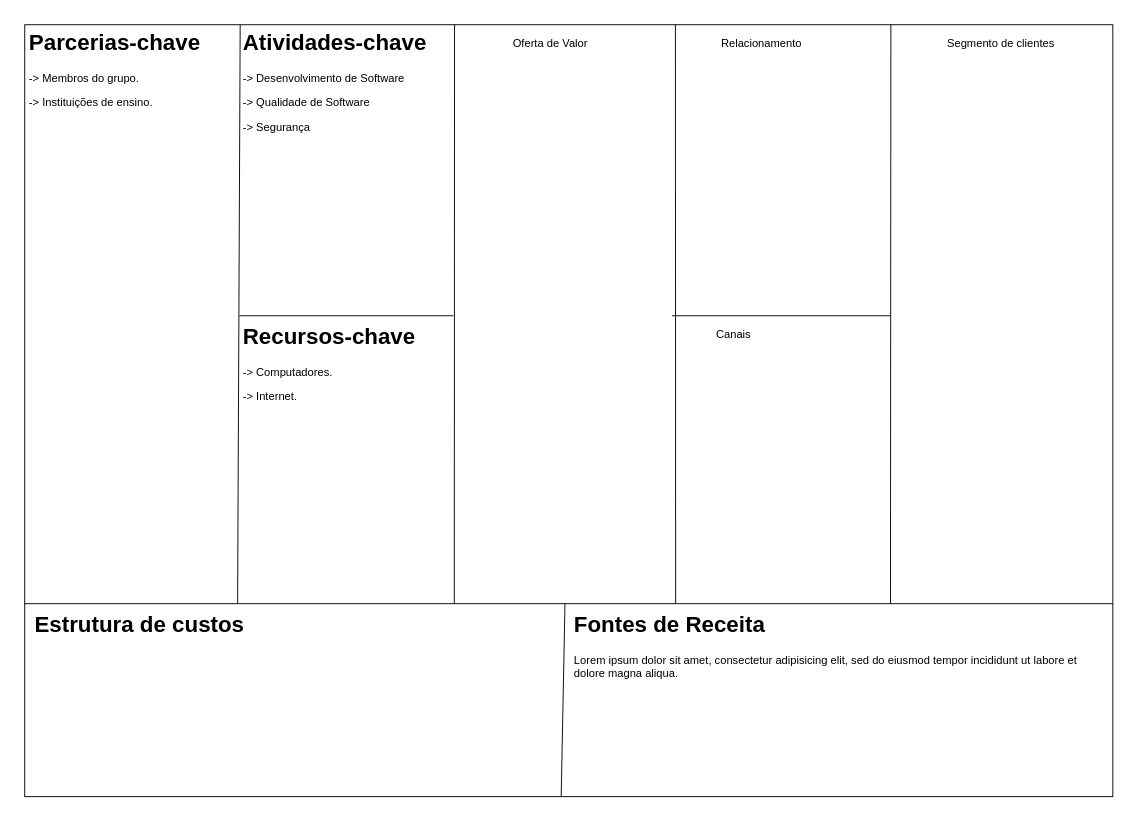
This is 2020-02/Untitled Diagram.drawio from GabrielEngSist/UNA, a draw.io file, before an edit. Source tidied: cells renumbered, new cells numbered last; positions are measured from the earlier drawing's top-left corner, leaving out a move shared by most shapes. Both pictures are drawn from the tidied source at 93%, with x=0, y=0 at pixel (16, 18).
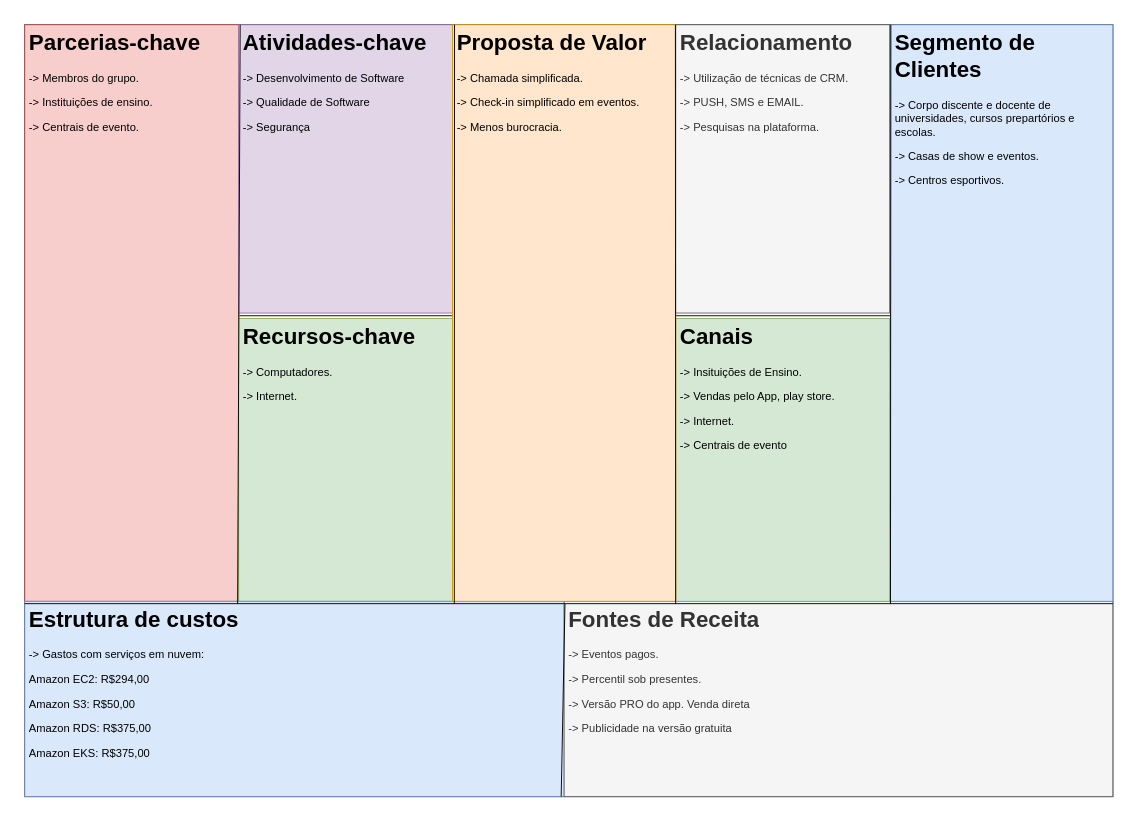
The same diagram, later.

Unchanged cells that the change refers to:
```xml
<mxCell id="2" style="group;spacing=0;strokeColor=none;" parent="1" vertex="1">
  <mxGeometry width="1180" height="840" as="geometry" />
</mxCell>
<mxCell id="3" style="rounded=0;whiteSpace=wrap;html=1;" parent="2" vertex="1">
  <mxGeometry x="9.1" y="7.1" width="1170" height="830" as="geometry" />
</mxCell>
```

Change to the diagram source:
```diff
@@
-    <mxCell id="4" value="&lt;h1&gt;Parcerias-chave&lt;/h1&gt;&lt;p&gt;-&amp;gt; Membros do grupo.&lt;/p&gt;&lt;p&gt;-&amp;gt; Instituições de ensino.&lt;/p&gt;&lt;p&gt;&lt;br&gt;&lt;/p&gt;" style="text;html=1;strokeColor=none;fillColor=none;spacing=5;spacingTop=-20;whiteSpace=wrap;overflow=hidden;rounded=0;" parent="3" vertex="1">
+    <mxCell id="4" value="&lt;h1&gt;Parcerias-chave&lt;/h1&gt;&lt;p&gt;-&amp;gt; Membros do grupo.&lt;/p&gt;&lt;p&gt;-&amp;gt; Instituições de ensino.&lt;/p&gt;&lt;p&gt;-&amp;gt; Centrais de evento.&lt;/p&gt;" style="text;html=1;strokeColor=#b85450;fillColor=#f8cecc;spacing=5;spacingTop=-20;whiteSpace=wrap;overflow=hidden;rounded=0;" parent="3" vertex="1">
       <mxGeometry width="230" height="620" as="geometry" />
     </mxCell>
@@
-    <mxCell id="7" value="&lt;h1&gt;Atividades-chave&lt;/h1&gt;&lt;p&gt;-&amp;gt; Desenvolvimento de Software&lt;/p&gt;&lt;p&gt;-&amp;gt; Qualidade de Software&lt;/p&gt;&lt;p&gt;-&amp;gt; Segurança&lt;/p&gt;" style="text;html=1;strokeColor=none;fillColor=none;spacing=5;spacingTop=-20;whiteSpace=wrap;overflow=hidden;rounded=0;" parent="3" vertex="1">
+    <mxCell id="7" value="&lt;h1&gt;Atividades-chave&lt;/h1&gt;&lt;p&gt;-&amp;gt; Desenvolvimento de Software&lt;/p&gt;&lt;p&gt;-&amp;gt; Qualidade de Software&lt;/p&gt;&lt;p&gt;-&amp;gt; Segurança&lt;/p&gt;" style="text;html=1;strokeColor=#9673a6;fillColor=#e1d5e7;spacing=5;spacingTop=-20;whiteSpace=wrap;overflow=hidden;rounded=0;" parent="3" vertex="1">
       <mxGeometry x="230" width="230" height="310" as="geometry" />
     </mxCell>
-    <mxCell id="8" value="&lt;h1&gt;Recursos-chave&lt;/h1&gt;&lt;p&gt;-&amp;gt; Computadores.&lt;/p&gt;&lt;p&gt;-&amp;gt; Internet.&lt;/p&gt;" style="text;html=1;strokeColor=none;fillColor=none;spacing=5;spacingTop=-20;whiteSpace=wrap;overflow=hidden;rounded=0;" parent="3" vertex="1">
+    <mxCell id="8" value="&lt;h1&gt;Recursos-chave&lt;/h1&gt;&lt;p&gt;-&amp;gt; Computadores.&lt;/p&gt;&lt;p&gt;-&amp;gt; Internet.&lt;/p&gt;" style="text;html=1;strokeColor=#82b366;fillColor=#d5e8d4;spacing=5;spacingTop=-20;whiteSpace=wrap;overflow=hidden;rounded=0;" parent="3" vertex="1">
       <mxGeometry x="230" y="315.9" width="230" height="304.1" as="geometry" />
     </mxCell>
-    <mxCell id="9" value="&lt;h1&gt;Estrutura de custos&lt;/h1&gt;&lt;p&gt;&lt;br&gt;&lt;/p&gt;" style="text;html=1;strokeColor=none;fillColor=none;spacing=5;spacingTop=-20;whiteSpace=wrap;overflow=hidden;rounded=0;" parent="3" vertex="1">
-      <mxGeometry x="5.9" y="625.9" width="574.1" height="204.1" as="geometry" />
+    <mxCell id="9" value="&lt;h1&gt;Estrutura de custos&lt;/h1&gt;&lt;p&gt;-&amp;gt; Gastos com serviços em nuvem:&lt;/p&gt;&lt;p&gt;Amazon EC2: R$294,00&lt;/p&gt;&lt;p&gt;Amazon S3: R$50,00&lt;/p&gt;&lt;p&gt;Amazon RDS: R$375,00&lt;/p&gt;&lt;p&gt;Amazon EKS: R$375,00&lt;/p&gt;" style="text;html=1;strokeColor=#6c8ebf;fillColor=#dae8fc;spacing=5;spacingTop=-20;whiteSpace=wrap;overflow=hidden;rounded=0;" parent="3" vertex="1">
+      <mxGeometry y="620" width="580" height="210" as="geometry" />
     </mxCell>
-    <mxCell id="10" value="&lt;h1&gt;Fontes de Receita&lt;/h1&gt;&lt;p&gt;Lorem ipsum dolor sit amet, consectetur adipisicing elit, sed do eiusmod tempor incididunt ut labore et dolore magna aliqua.&lt;/p&gt;" style="text;html=1;strokeColor=none;fillColor=none;spacing=5;spacingTop=-20;whiteSpace=wrap;overflow=hidden;rounded=0;" parent="3" vertex="1">
-      <mxGeometry x="585.9" y="625.9" width="584.1" height="204.1" as="geometry" />
+    <mxCell id="10" value="&lt;h1&gt;Fontes de Receita&lt;/h1&gt;&lt;p&gt;-&amp;gt; Eventos pagos.&lt;/p&gt;&lt;p&gt;-&amp;gt; Percentil sob presentes.&lt;/p&gt;&lt;p&gt;-&amp;gt; Versão PRO do app. Venda direta&lt;/p&gt;&lt;p&gt;-&amp;gt; Publicidade na versão gratuita&lt;/p&gt;" style="text;html=1;strokeColor=#666666;fillColor=#f5f5f5;spacing=5;spacingTop=-20;whiteSpace=wrap;overflow=hidden;rounded=0;fontColor=#333333;" parent="3" vertex="1">
+      <mxGeometry x="580" y="620" width="590" height="210" as="geometry" />
     </mxCell>
+    <mxCell id="21" value="&lt;h1&gt;Canais&lt;/h1&gt;&lt;p&gt;-&amp;gt; Insituições de Ensino.&lt;/p&gt;&lt;p&gt;-&amp;gt; Vendas pelo App, play store.&lt;/p&gt;&lt;p&gt;-&amp;gt; Internet.&lt;/p&gt;&lt;p&gt;-&amp;gt; Centrais de evento&lt;/p&gt;" style="text;html=1;strokeColor=#82b366;fillColor=#d5e8d4;spacing=5;spacingTop=-20;whiteSpace=wrap;overflow=hidden;rounded=0;" parent="3" vertex="1">
+      <mxGeometry x="700" y="315.9" width="230" height="304.1" as="geometry" />
+    </mxCell>
+    <mxCell id="22" value="&lt;h1&gt;Proposta de Valor&lt;/h1&gt;&lt;p&gt;-&amp;gt; Chamada simplificada.&lt;/p&gt;&lt;p&gt;-&amp;gt; Check-in simplificado em eventos.&lt;/p&gt;&lt;p&gt;-&amp;gt; Menos burocracia.&lt;/p&gt;&lt;p&gt;&lt;br&gt;&lt;/p&gt;" style="text;html=1;spacing=5;spacingTop=-20;whiteSpace=wrap;overflow=hidden;rounded=0;fillColor=#ffe6cc;strokeColor=#d79b00;" parent="3" vertex="1">
+      <mxGeometry x="460" width="240" height="620" as="geometry" />
+    </mxCell>
+    <mxCell id="23" value="&lt;h1&gt;Segmento de Clientes&lt;/h1&gt;&lt;p&gt;-&amp;gt; Corpo discente e docente de universidades, cursos prepartórios e escolas.&lt;/p&gt;&lt;p&gt;-&amp;gt; Casas de show e eventos.&lt;/p&gt;&lt;p&gt;-&amp;gt; Centros esportivos.&lt;/p&gt;" style="text;html=1;strokeColor=#6c8ebf;fillColor=#dae8fc;spacing=5;spacingTop=-20;whiteSpace=wrap;overflow=hidden;rounded=0;" parent="3" vertex="1">
+      <mxGeometry x="930.9" width="239.1" height="620" as="geometry" />
+    </mxCell>
+    <mxCell id="24" value="&lt;h1&gt;Relacionamento&lt;/h1&gt;&lt;p&gt;-&amp;gt; Utilização de técnicas de CRM.&lt;/p&gt;&lt;p&gt;-&amp;gt; PUSH, SMS e EMAIL.&lt;/p&gt;&lt;p&gt;-&amp;gt; Pesquisas na plataforma.&lt;/p&gt;&lt;p&gt;&lt;br&gt;&lt;/p&gt;" style="text;html=1;strokeColor=#666666;fillColor=#f5f5f5;spacing=5;spacingTop=-20;whiteSpace=wrap;overflow=hidden;rounded=0;fontColor=#333333;" parent="3" vertex="1">
+      <mxGeometry x="700" width="230" height="310" as="geometry" />
+    </mxCell>
@@
-    <mxCell id="16" value="Oferta de Valor" style="text;html=1;strokeColor=none;fillColor=none;align=center;verticalAlign=middle;whiteSpace=wrap;rounded=0;" parent="2" vertex="1">
-      <mxGeometry x="499.2" y="13.6" width="151.3" height="27.2" as="geometry" />
-    </mxCell>
-    <mxCell id="17" value="Relacionamento" style="text;html=1;strokeColor=none;fillColor=none;align=center;verticalAlign=middle;whiteSpace=wrap;rounded=0;" parent="2" vertex="1">
-      <mxGeometry x="726.2" y="13.6" width="151.3" height="27.2" as="geometry" />
-    </mxCell>
-    <mxCell id="18" value="Segmento de clientes" style="text;html=1;strokeColor=none;fillColor=none;align=center;verticalAlign=middle;whiteSpace=wrap;rounded=0;" parent="2" vertex="1">
-      <mxGeometry x="968.2" y="13.6" width="181.5" height="27.2" as="geometry" />
-    </mxCell>
-    <mxCell id="19" value="Canais" style="text;html=1;strokeColor=none;fillColor=none;align=center;verticalAlign=middle;whiteSpace=wrap;rounded=0;" parent="2" vertex="1">
-      <mxGeometry x="726.2" y="326.5" width="90.8" height="27.2" as="geometry" />
-    </mxCell>
```
